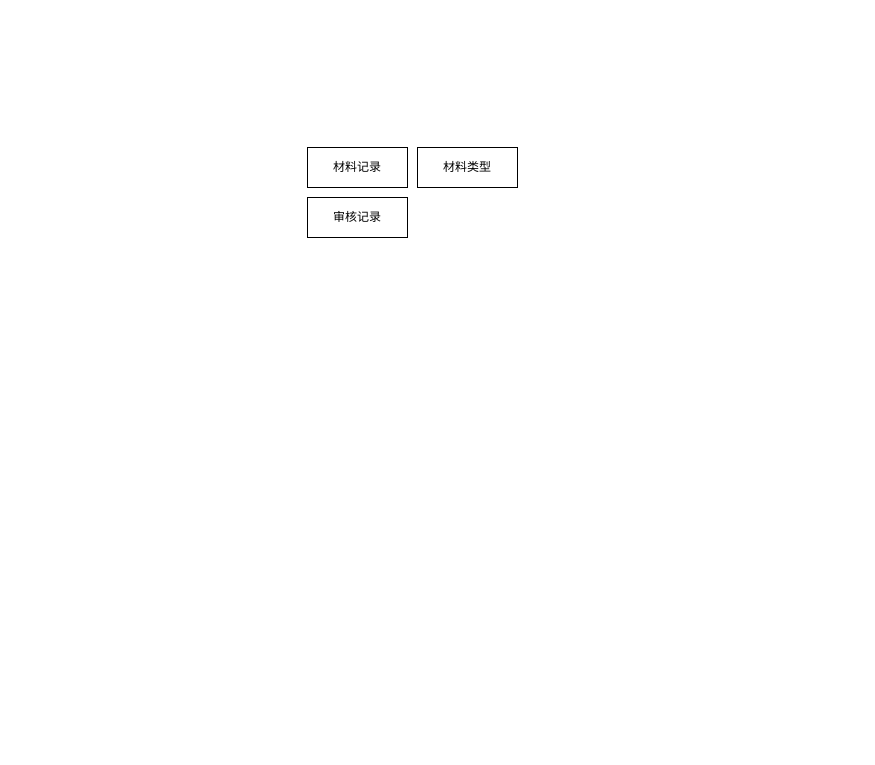
Before: page "材料服务" (4 of 5) of 毕设管理系统/ER模型图.drawio in FdfGithub/drawio, a draw.io diagram. Source tidied: cells renumbered, new cells numbered last; positions are measured from the earlier drawing's top-left corner, leaving out a move shared by most shapes. Both pictures are drawn from the tidied source at 100%, with x=0, y=0 at pixel (307, 147).
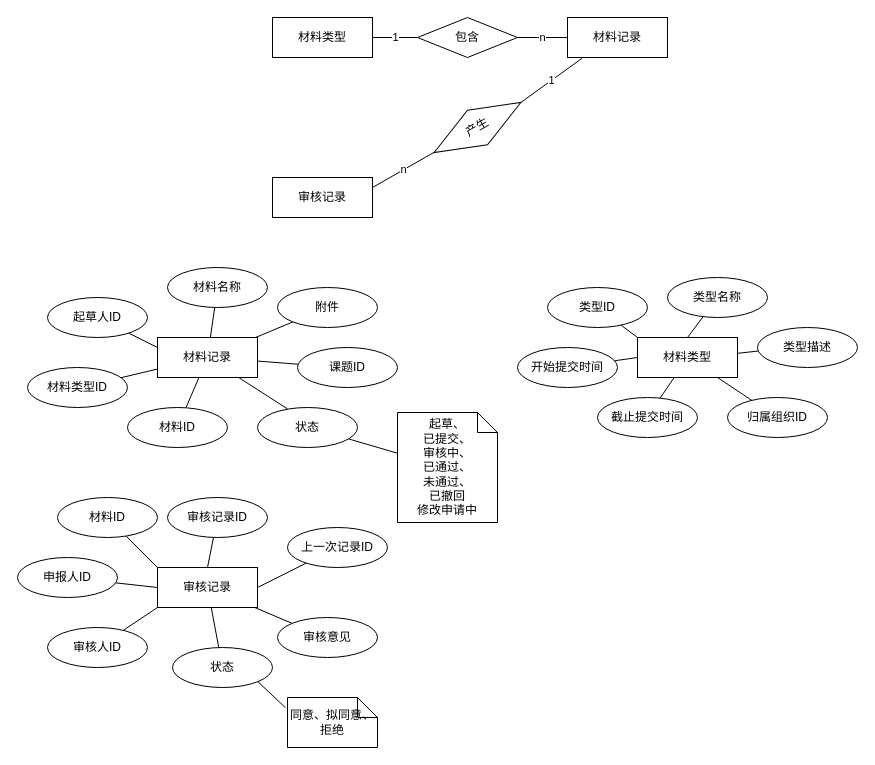
After the change.

Change to the diagram source:
```diff
@@
     <mxCell id="2" value="材料记录" style="whiteSpace=wrap;html=1;align=center;" parent="1" vertex="1">
-      <mxGeometry width="100" height="40" as="geometry" />
+      <mxGeometry x="260" y="-130" width="100" height="40" as="geometry" />
     </mxCell>
+    <mxCell id="5" value="1" style="edgeStyle=none;rounded=0;jettySize=auto;html=1;endArrow=none;endFill=0;" parent="1" edge="1" source="3" target="52">
+      <mxGeometry relative="1" as="geometry" />
+    </mxCell>
     <mxCell id="3" value="材料类型" style="whiteSpace=wrap;html=1;align=center;" parent="1" vertex="1">
-      <mxGeometry x="110" width="100" height="40" as="geometry" />
+      <mxGeometry x="-35" y="-130" width="100" height="40" as="geometry" />
     </mxCell>
     <mxCell id="4" value="审核记录" style="whiteSpace=wrap;html=1;align=center;" parent="1" vertex="1">
-      <mxGeometry y="50" width="100" height="40" as="geometry" />
+      <mxGeometry x="-35" y="30" width="100" height="40" as="geometry" />
     </mxCell>
+    <mxCell id="6" style="edgeStyle=none;rounded=0;jettySize=auto;html=1;entryX=0.3;entryY=0.035;entryDx=0;entryDy=0;entryPerimeter=0;endArrow=none;endFill=0;" parent="1" edge="1" source="8" target="16">
+      <mxGeometry relative="1" as="geometry" />
+    </mxCell>
+    <mxCell id="7" style="edgeStyle=none;rounded=0;jettySize=auto;html=1;endArrow=none;endFill=0;" parent="1" edge="1" source="8" target="24">
+      <mxGeometry relative="1" as="geometry" />
+    </mxCell>
+    <mxCell id="8" value="材料记录" style="whiteSpace=wrap;html=1;align=center;" parent="1" vertex="1">
+      <mxGeometry x="-150" y="190" width="100" height="40" as="geometry" />
+    </mxCell>
+    <mxCell id="9" style="edgeStyle=none;rounded=0;jettySize=auto;html=1;endArrow=none;endFill=0;" parent="1" edge="1" source="10" target="8">
+      <mxGeometry relative="1" as="geometry" />
+    </mxCell>
+    <mxCell id="10" value="材料名称" style="ellipse;whiteSpace=wrap;html=1;align=center;" parent="1" vertex="1">
+      <mxGeometry x="-140" y="120" width="100" height="40" as="geometry" />
+    </mxCell>
+    <mxCell id="11" style="edgeStyle=none;rounded=0;jettySize=auto;html=1;endArrow=none;endFill=0;" parent="1" edge="1" source="12" target="8">
+      <mxGeometry relative="1" as="geometry" />
+    </mxCell>
+    <mxCell id="12" value="附件" style="ellipse;whiteSpace=wrap;html=1;align=center;" parent="1" vertex="1">
+      <mxGeometry x="-30" y="140" width="100" height="40" as="geometry" />
+    </mxCell>
+    <mxCell id="13" style="edgeStyle=none;rounded=0;jettySize=auto;html=1;endArrow=none;endFill=0;" parent="1" edge="1" source="14" target="8">
+      <mxGeometry relative="1" as="geometry" />
+    </mxCell>
+    <mxCell id="14" value="课题ID" style="ellipse;whiteSpace=wrap;html=1;align=center;" parent="1" vertex="1">
+      <mxGeometry x="-10" y="200" width="100" height="40" as="geometry" />
+    </mxCell>
+    <mxCell id="15" style="edgeStyle=none;rounded=0;jettySize=auto;html=1;endArrow=none;endFill=0;" parent="1" edge="1" source="16" target="50">
+      <mxGeometry relative="1" as="geometry" />
+    </mxCell>
+    <mxCell id="16" value="状态" style="ellipse;whiteSpace=wrap;html=1;align=center;" parent="1" vertex="1">
+      <mxGeometry x="-50" y="260" width="100" height="40" as="geometry" />
+    </mxCell>
+    <mxCell id="17" style="edgeStyle=none;rounded=0;jettySize=auto;html=1;entryX=0;entryY=0.25;entryDx=0;entryDy=0;endArrow=none;endFill=0;" parent="1" edge="1" source="18" target="8">
+      <mxGeometry relative="1" as="geometry" />
+    </mxCell>
+    <mxCell id="18" value="起草人ID" style="ellipse;whiteSpace=wrap;html=1;align=center;" parent="1" vertex="1">
+      <mxGeometry x="-260" y="150" width="100" height="40" as="geometry" />
+    </mxCell>
+    <mxCell id="19" style="edgeStyle=none;rounded=0;jettySize=auto;html=1;endArrow=none;endFill=0;" parent="1" edge="1" source="20" target="8">
+      <mxGeometry relative="1" as="geometry" />
+    </mxCell>
+    <mxCell id="20" value="材料类型ID" style="ellipse;whiteSpace=wrap;html=1;align=center;" parent="1" vertex="1">
+      <mxGeometry x="-280" y="220" width="100" height="40" as="geometry" />
+    </mxCell>
+    <mxCell id="21" value="材料类型" style="whiteSpace=wrap;html=1;align=center;" parent="1" vertex="1">
+      <mxGeometry x="330" y="190" width="100" height="40" as="geometry" />
+    </mxCell>
+    <mxCell id="22" style="edgeStyle=none;rounded=0;jettySize=auto;html=1;entryX=0;entryY=0;entryDx=0;entryDy=0;endArrow=none;endFill=0;" parent="1" edge="1" source="23" target="21">
+      <mxGeometry relative="1" as="geometry" />
+    </mxCell>
+    <mxCell id="23" value="类型ID" style="ellipse;whiteSpace=wrap;html=1;align=center;" parent="1" vertex="1">
+      <mxGeometry x="240" y="140" width="100" height="40" as="geometry" />
+    </mxCell>
+    <mxCell id="24" value="材料ID" style="ellipse;whiteSpace=wrap;html=1;align=center;" parent="1" vertex="1">
+      <mxGeometry x="-180" y="260" width="100" height="40" as="geometry" />
+    </mxCell>
+    <mxCell id="25" style="edgeStyle=none;rounded=0;jettySize=auto;html=1;entryX=0.5;entryY=0;entryDx=0;entryDy=0;endArrow=none;endFill=0;" parent="1" edge="1" source="26" target="21">
+      <mxGeometry relative="1" as="geometry" />
+    </mxCell>
+    <mxCell id="26" value="类型名称" style="ellipse;whiteSpace=wrap;html=1;align=center;" parent="1" vertex="1">
+      <mxGeometry x="360" y="130" width="100" height="40" as="geometry" />
+    </mxCell>
+    <mxCell id="27" style="edgeStyle=none;rounded=0;jettySize=auto;html=1;endArrow=none;endFill=0;" parent="1" edge="1" source="28" target="21">
+      <mxGeometry relative="1" as="geometry" />
+    </mxCell>
+    <mxCell id="28" value="类型描述" style="ellipse;whiteSpace=wrap;html=1;align=center;" parent="1" vertex="1">
+      <mxGeometry x="450" y="180" width="100" height="40" as="geometry" />
+    </mxCell>
+    <mxCell id="29" style="edgeStyle=none;rounded=0;jettySize=auto;html=1;entryX=0;entryY=0.5;entryDx=0;entryDy=0;endArrow=none;endFill=0;" parent="1" edge="1" source="30" target="21">
+      <mxGeometry relative="1" as="geometry" />
+    </mxCell>
+    <mxCell id="30" value="开始提交时间" style="ellipse;whiteSpace=wrap;html=1;align=center;" parent="1" vertex="1">
+      <mxGeometry x="210" y="200" width="100" height="40" as="geometry" />
+    </mxCell>
+    <mxCell id="31" style="edgeStyle=none;rounded=0;jettySize=auto;html=1;endArrow=none;endFill=0;" parent="1" edge="1" source="32" target="21">
+      <mxGeometry relative="1" as="geometry" />
+    </mxCell>
+    <mxCell id="32" value="截止提交时间" style="ellipse;whiteSpace=wrap;html=1;align=center;" parent="1" vertex="1">
+      <mxGeometry x="290" y="250" width="100" height="40" as="geometry" />
+    </mxCell>
+    <mxCell id="33" style="edgeStyle=none;rounded=0;jettySize=auto;html=1;endArrow=none;endFill=0;" parent="1" edge="1" source="34" target="21">
+      <mxGeometry relative="1" as="geometry" />
+    </mxCell>
+    <mxCell id="34" value="归属组织ID" style="ellipse;whiteSpace=wrap;html=1;align=center;" parent="1" vertex="1">
+      <mxGeometry x="420" y="250" width="100" height="40" as="geometry" />
+    </mxCell>
+    <mxCell id="35" style="edgeStyle=none;rounded=0;jettySize=auto;html=1;endArrow=none;endFill=0;" parent="1" edge="1" source="37" target="46">
+      <mxGeometry relative="1" as="geometry" />
+    </mxCell>
+    <mxCell id="36" style="edgeStyle=none;rounded=0;jettySize=auto;html=1;entryX=0;entryY=0;entryDx=0;entryDy=0;endArrow=none;endFill=0;" parent="1" edge="1" source="37" target="47">
+      <mxGeometry relative="1" as="geometry" />
+    </mxCell>
+    <mxCell id="37" value="审核记录" style="whiteSpace=wrap;html=1;align=center;" parent="1" vertex="1">
+      <mxGeometry x="-150" y="420" width="100" height="40" as="geometry" />
+    </mxCell>
+    <mxCell id="38" style="edgeStyle=none;rounded=0;jettySize=auto;html=1;entryX=0;entryY=0;entryDx=0;entryDy=0;endArrow=none;endFill=0;" parent="1" edge="1" source="39" target="37">
+      <mxGeometry relative="1" as="geometry" />
+    </mxCell>
+    <mxCell id="39" value="材料ID" style="ellipse;whiteSpace=wrap;html=1;align=center;" parent="1" vertex="1">
+      <mxGeometry x="-250" y="350" width="100" height="40" as="geometry" />
+    </mxCell>
+    <mxCell id="40" style="edgeStyle=none;rounded=0;jettySize=auto;html=1;entryX=0.5;entryY=0;entryDx=0;entryDy=0;endArrow=none;endFill=0;" parent="1" edge="1" source="41" target="37">
+      <mxGeometry relative="1" as="geometry" />
+    </mxCell>
+    <mxCell id="41" value="审核记录ID" style="ellipse;whiteSpace=wrap;html=1;align=center;" parent="1" vertex="1">
+      <mxGeometry x="-140" y="350" width="100" height="40" as="geometry" />
+    </mxCell>
+    <mxCell id="42" style="edgeStyle=none;rounded=0;jettySize=auto;html=1;entryX=1;entryY=0.5;entryDx=0;entryDy=0;endArrow=none;endFill=0;" parent="1" edge="1" source="43" target="37">
+      <mxGeometry relative="1" as="geometry" />
+    </mxCell>
+    <mxCell id="43" value="上一次记录ID" style="ellipse;whiteSpace=wrap;html=1;align=center;" parent="1" vertex="1">
+      <mxGeometry x="-20" y="380" width="100" height="40" as="geometry" />
+    </mxCell>
+    <mxCell id="44" style="edgeStyle=none;rounded=0;jettySize=auto;html=1;endArrow=none;endFill=0;" parent="1" edge="1" source="45">
+      <mxGeometry relative="1" as="geometry">
+        <mxPoint x="-150" y="460" as="targetPoint" />
+      </mxGeometry>
+    </mxCell>
+    <mxCell id="45" value="审核人ID" style="ellipse;whiteSpace=wrap;html=1;align=center;" parent="1" vertex="1">
+      <mxGeometry x="-260" y="480" width="100" height="40" as="geometry" />
+    </mxCell>
+    <mxCell id="46" value="状态" style="ellipse;whiteSpace=wrap;html=1;align=center;" parent="1" vertex="1">
+      <mxGeometry x="-135" y="500" width="100" height="40" as="geometry" />
+    </mxCell>
+    <mxCell id="47" value="审核意见" style="ellipse;whiteSpace=wrap;html=1;align=center;" parent="1" vertex="1">
+      <mxGeometry x="-30" y="470" width="100" height="40" as="geometry" />
+    </mxCell>
+    <mxCell id="48" style="edgeStyle=none;rounded=0;jettySize=auto;html=1;entryX=1;entryY=1;entryDx=0;entryDy=0;endArrow=none;endFill=0;exitX=-0.023;exitY=0.203;exitDx=0;exitDy=0;exitPerimeter=0;" parent="1" edge="1" source="49" target="46">
+      <mxGeometry relative="1" as="geometry" />
+    </mxCell>
+    <mxCell id="49" value="同意、拟同意、拒绝" style="shape=note;size=20;whiteSpace=wrap;html=1;" parent="1" vertex="1">
+      <mxGeometry x="-20" y="550" width="90" height="50" as="geometry" />
+    </mxCell>
+    <mxCell id="50" value="起草、&lt;br&gt;已提交、&lt;br&gt;审核中、&lt;br&gt;已通过、&lt;br&gt;未通过、&lt;br&gt;已撤回&lt;br&gt;修改申请中" style="shape=note;size=20;whiteSpace=wrap;html=1;" parent="1" vertex="1">
+      <mxGeometry x="90" y="265" width="100" height="110" as="geometry" />
+    </mxCell>
+    <mxCell id="51" value="n" style="edgeStyle=none;rounded=0;jettySize=auto;html=1;endArrow=none;endFill=0;" parent="1" edge="1" source="52" target="2">
+      <mxGeometry relative="1" as="geometry">
+        <Array as="points">
+          <mxPoint x="230" y="-110" />
+        </Array>
+      </mxGeometry>
+    </mxCell>
+    <mxCell id="52" value="包含" style="shape=rhombus;perimeter=rhombusPerimeter;whiteSpace=wrap;html=1;align=center;" parent="1" vertex="1">
+      <mxGeometry x="110" y="-130" width="100" height="40" as="geometry" />
+    </mxCell>
+    <mxCell id="53" value="n" style="edgeStyle=none;rounded=0;jettySize=auto;html=1;entryX=1;entryY=0.25;entryDx=0;entryDy=0;endArrow=none;endFill=0;" parent="1" edge="1" source="55" target="4">
+      <mxGeometry relative="1" as="geometry" />
+    </mxCell>
+    <mxCell id="54" value="1" style="edgeStyle=none;rounded=0;jettySize=auto;html=1;entryX=0.148;entryY=1.015;entryDx=0;entryDy=0;entryPerimeter=0;endArrow=none;endFill=0;exitX=1;exitY=0.5;exitDx=0;exitDy=0;" parent="1" edge="1" source="55" target="2">
+      <mxGeometry relative="1" as="geometry" />
+    </mxCell>
+    <mxCell id="55" value="产生" style="shape=rhombus;perimeter=rhombusPerimeter;whiteSpace=wrap;html=1;align=center;rotation=-30;" parent="1" vertex="1">
+      <mxGeometry x="120" y="-40" width="100" height="40" as="geometry" />
+    </mxCell>
+    <mxCell id="56" style="edgeStyle=none;rounded=0;jettySize=auto;html=1;entryX=0;entryY=0.5;entryDx=0;entryDy=0;endArrow=none;endFill=0;" parent="1" edge="1" source="57" target="37">
+      <mxGeometry relative="1" as="geometry" />
+    </mxCell>
+    <mxCell id="57" value="申报人ID" style="ellipse;whiteSpace=wrap;html=1;align=center;" parent="1" vertex="1">
+      <mxGeometry x="-290" y="410" width="100" height="40" as="geometry" />
+    </mxCell>
```
